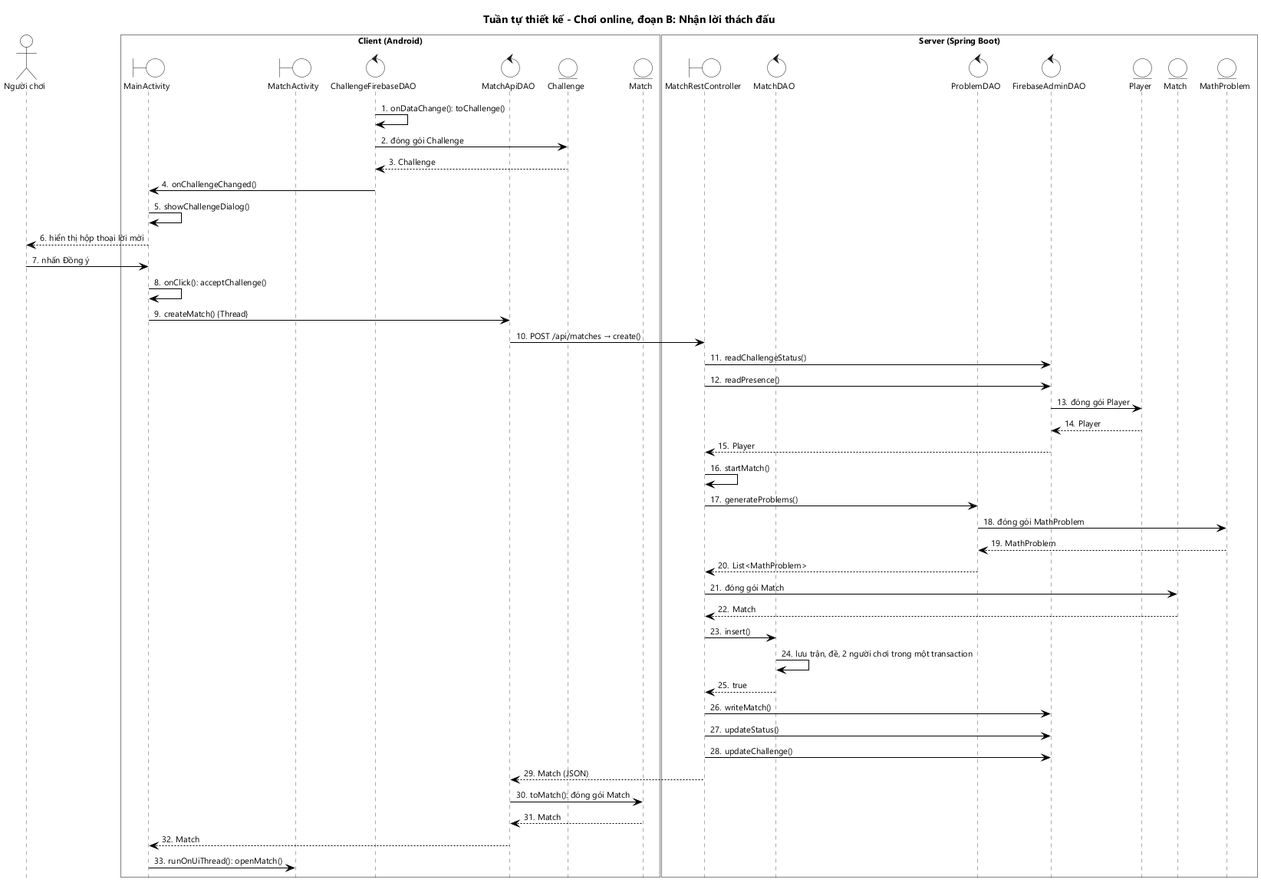
Before: docs/hung/tuan-tu-thiet-ke-uc03b.png, a diagram exported from PlantUML (HungNguyenBa1811/math-dash).
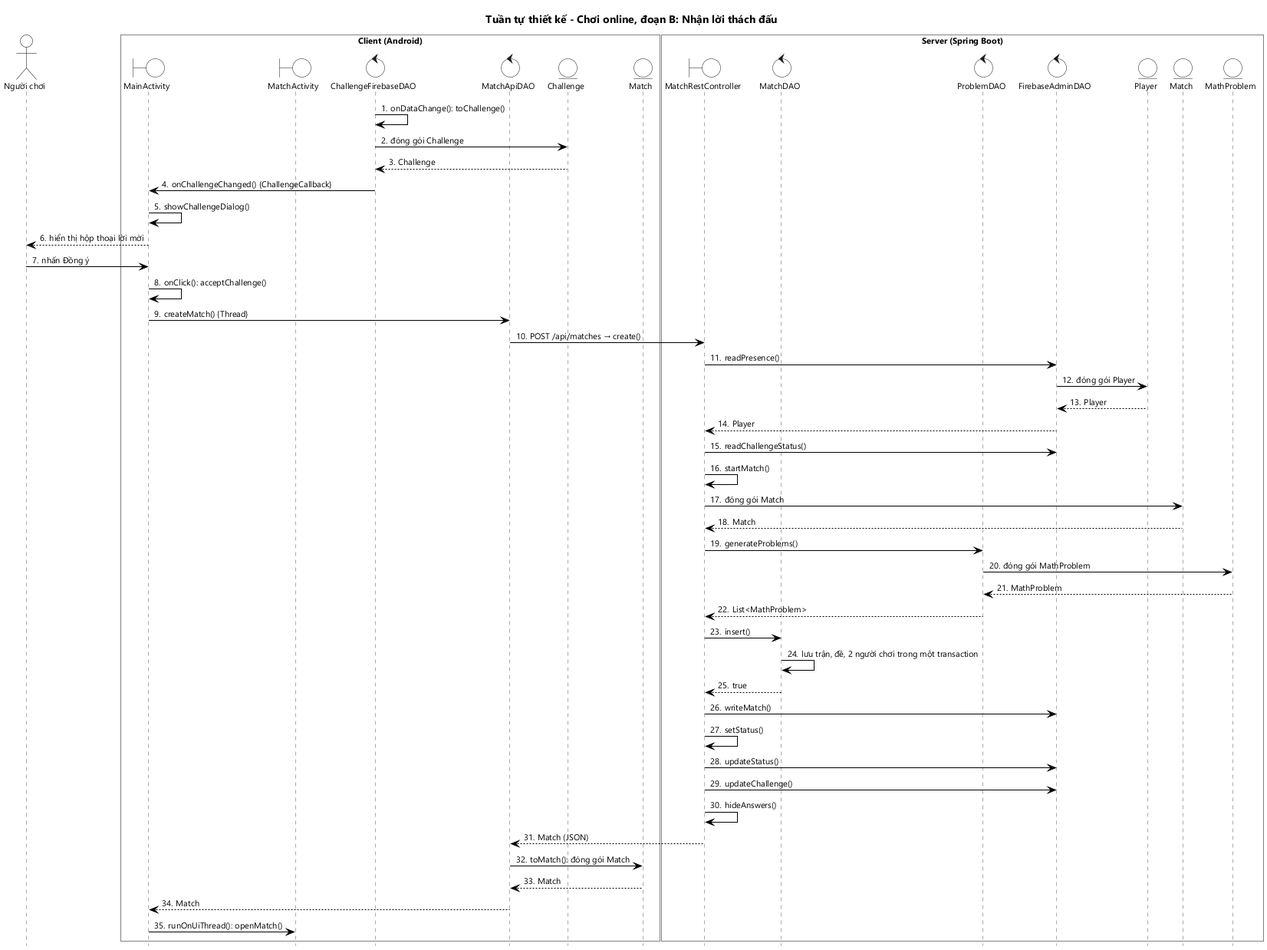
Above is the later version.

Change to the diagram source:
```diff
@@ -24,31 +24,33 @@
 CFD -> CFD : onDataChange(): toChallenge()
 CFD -> C : đóng gói Challenge
 C --> CFD : Challenge
-CFD -> MA : onChallengeChanged()
+CFD -> MA : onChallengeChanged() {ChallengeCallback}
 MA -> MA : showChallengeDialog()
 MA --> U : hiển thị hộp thoại lời mời
 U -> MA : nhấn Đồng ý
 MA -> MA : onClick(): acceptChallenge()
 MA -> MAD : createMatch() {Thread}
 MAD -> MRC : POST /api/matches → create()
-MRC -> FAD : readChallengeStatus()
 MRC -> FAD : readPresence()
 FAD -> SP : đóng gói Player
 SP --> FAD : Player
 FAD --> MRC : Player
+MRC -> FAD : readChallengeStatus()
 MRC -> MRC : startMatch()
+MRC -> SM : đóng gói Match
+SM --> MRC : Match
 MRC -> PRD : generateProblems()
 PRD -> SQ : đóng gói MathProblem
 SQ --> PRD : MathProblem
 PRD --> MRC : List<MathProblem>
-MRC -> SM : đóng gói Match
-SM --> MRC : Match
 MRC -> MD : insert()
 MD -> MD : lưu trận, đề, 2 người chơi trong một transaction
 MD --> MRC : true
 MRC -> FAD : writeMatch()
+MRC -> MRC : setStatus()
 MRC -> FAD : updateStatus()
 MRC -> FAD : updateChallenge()
+MRC -> MRC : hideAnswers()
 MRC --> MAD : Match (JSON)
 MAD -> M : toMatch(): đóng gói Match
 M --> MAD : Match
```
